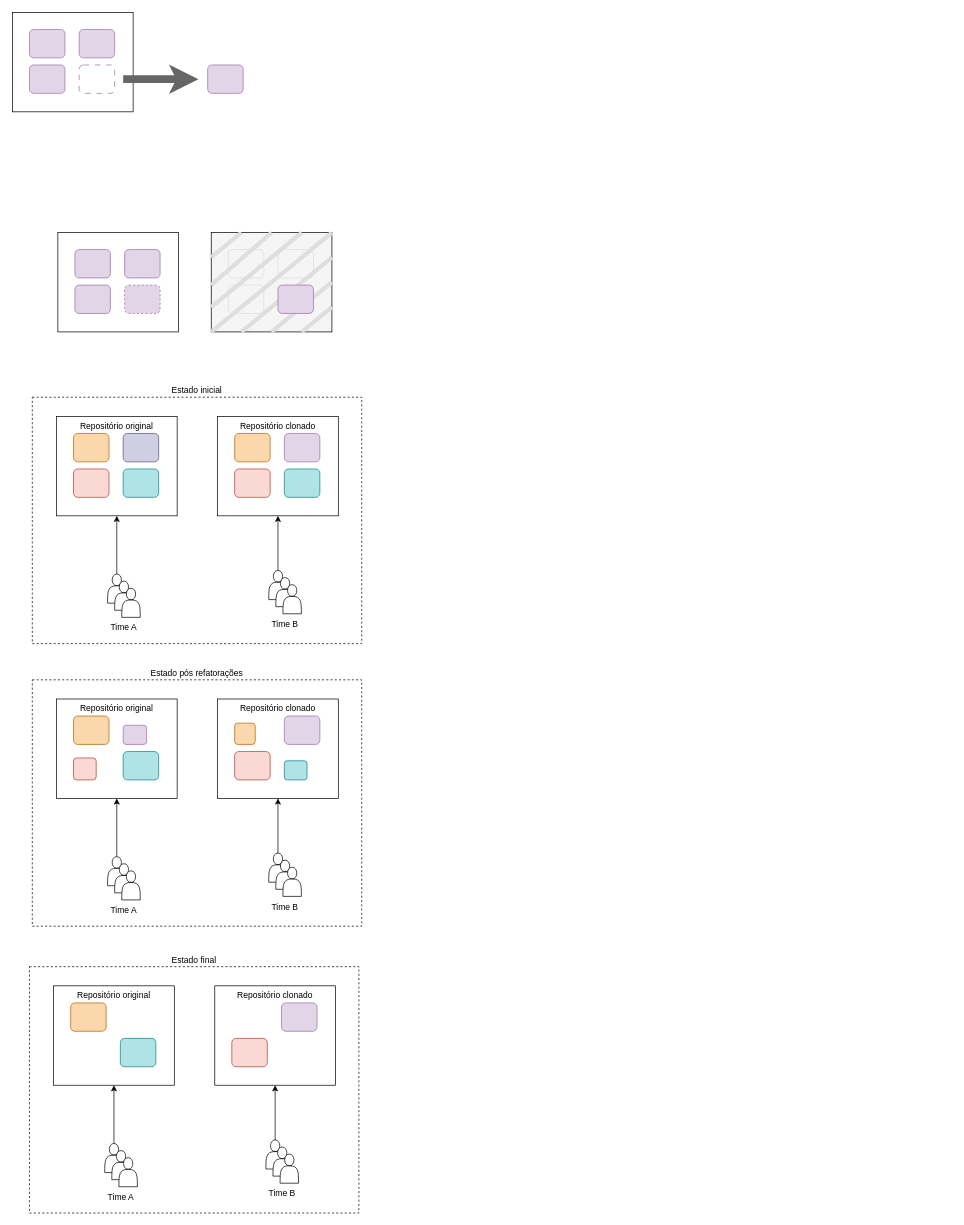
PauloLoboNeto/draws keeps this draw.io diagram as page "arquitetura" (3 of 4) of estudos-geral.drawio. Above is the earlier version. Source tidied: cells renumbered, new cells numbered last; positions are measured from the earlier drawing's top-left corner, leaving out a move shared by most shapes. Both pictures are drawn from the tidied source at 71%, with x=0, y=0 at pixel (12, 12).
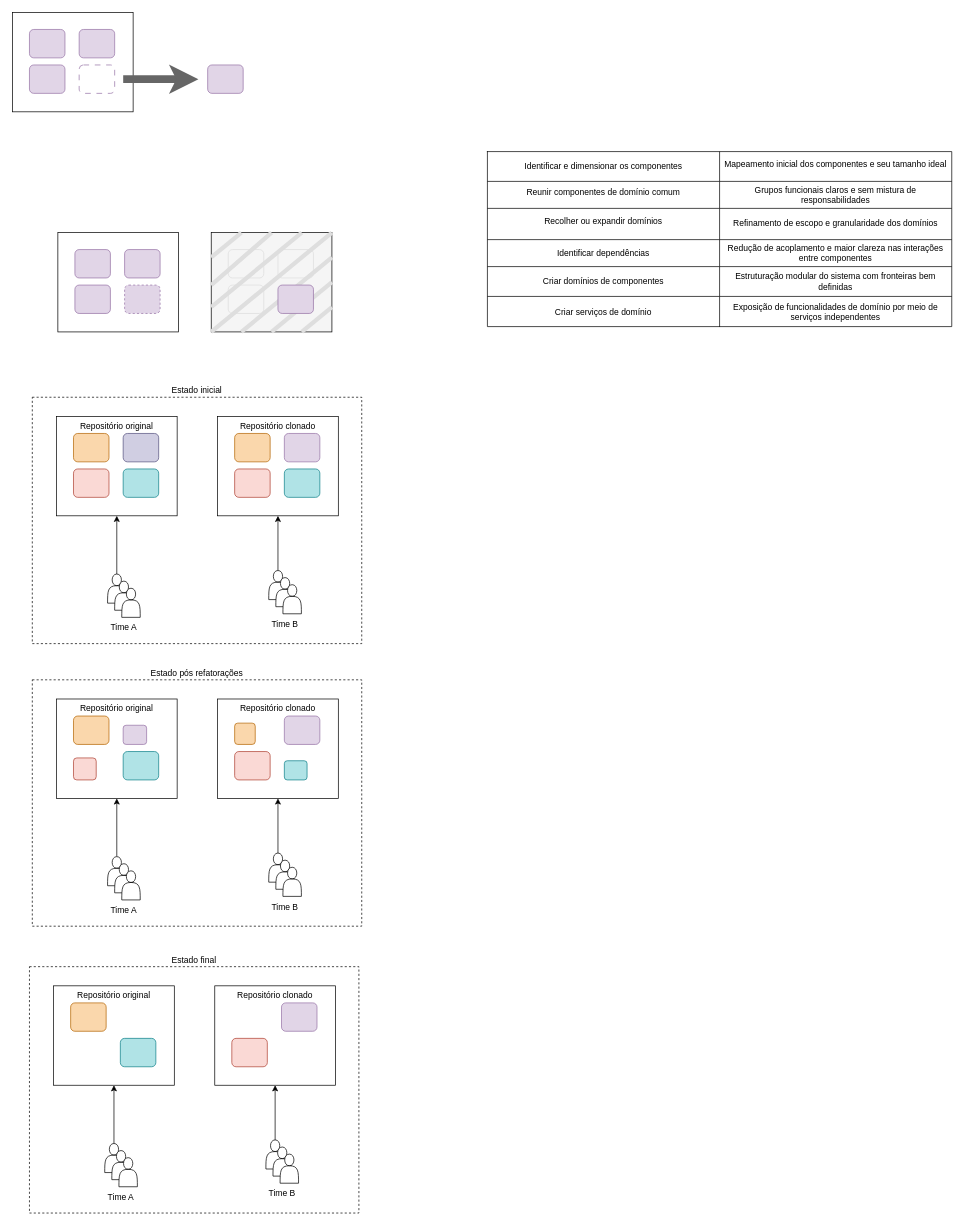
The same diagram, later.

What changed in the source:
```diff
@@
+    <mxCell id="85" style="shape=table;startSize=0;childLayout=tableLayout;" parent="1" vertex="1">
+      <mxGeometry x="669" y="196" width="654" height="246.5" as="geometry" />
+    </mxCell>
+    <mxCell id="86" style="shape=tableRow;horizontal=0;startSize=0;swimlaneHead=0;swimlaneBody=0;strokeColor=inherit;top=0;left=0;bottom=0;right=0;fillColor=none;" parent="85" vertex="1">
+      <mxGeometry width="654" height="42" as="geometry" />
+    </mxCell>
+    <mxCell id="87" value="Identificar e dimensionar os componentes" style="shape=partialRectangle;html=1;whiteSpace=wrap;strokeColor=inherit;overflow=hidden;fillColor=none;top=0;left=0;bottom=0;right=0;" parent="86" vertex="1">
+      <mxGeometry width="327" height="42" as="geometry" />
+    </mxCell>
+    <mxCell id="88" value="&lt;table&gt;&lt;tbody&gt;&lt;tr&gt;&lt;td&gt;Mapeamento inicial dos componentes e seu tamanho ideal&lt;/td&gt;&lt;/tr&gt;&lt;/tbody&gt;&lt;/table&gt;&lt;table&gt;&lt;tbody&gt;&lt;tr&gt;&lt;td&gt;&lt;/td&gt;&lt;/tr&gt;&lt;/tbody&gt;&lt;/table&gt;" style="shape=partialRectangle;html=1;whiteSpace=wrap;strokeColor=inherit;overflow=hidden;fillColor=none;top=0;left=0;bottom=0;right=0;" parent="86" vertex="1">
+      <mxGeometry x="327" width="327" height="42" as="geometry" />
+    </mxCell>
+    <mxCell id="89" style="shape=tableRow;horizontal=0;startSize=0;swimlaneHead=0;swimlaneBody=0;strokeColor=inherit;top=0;left=0;bottom=0;right=0;fillColor=none;" parent="85" vertex="1">
+      <mxGeometry y="42" width="654" height="38" as="geometry" />
+    </mxCell>
+    <mxCell id="90" value="&lt;table&gt;&lt;tbody&gt;&lt;tr&gt;&lt;td&gt;Reunir componentes de domínio comum&lt;/td&gt;&lt;/tr&gt;&lt;/tbody&gt;&lt;/table&gt;&lt;table&gt;&lt;tbody&gt;&lt;tr&gt;&lt;td&gt;&lt;/td&gt;&lt;/tr&gt;&lt;/tbody&gt;&lt;/table&gt;" style="shape=partialRectangle;html=1;whiteSpace=wrap;strokeColor=inherit;overflow=hidden;fillColor=none;top=0;left=0;bottom=0;right=0;" parent="89" vertex="1">
+      <mxGeometry width="327" height="38" as="geometry" />
+    </mxCell>
+    <mxCell id="91" value="&lt;table&gt;&lt;tbody&gt;&lt;tr&gt;&lt;td&gt;Grupos funcionais claros e sem mistura de responsabilidades&lt;/td&gt;&lt;/tr&gt;&lt;/tbody&gt;&lt;/table&gt;" style="shape=partialRectangle;html=1;whiteSpace=wrap;strokeColor=inherit;overflow=hidden;fillColor=none;top=0;left=0;bottom=0;right=0;" parent="89" vertex="1">
+      <mxGeometry x="327" width="327" height="38" as="geometry" />
+    </mxCell>
+    <mxCell id="92" style="shape=tableRow;horizontal=0;startSize=0;swimlaneHead=0;swimlaneBody=0;strokeColor=inherit;top=0;left=0;bottom=0;right=0;fillColor=none;" parent="85" vertex="1">
+      <mxGeometry y="80" width="654" height="44" as="geometry" />
+    </mxCell>
+    <mxCell id="93" value="&lt;table&gt;&lt;tbody&gt;&lt;tr&gt;&lt;td&gt;Recolher ou expandir domínios&lt;/td&gt;&lt;/tr&gt;&lt;/tbody&gt;&lt;/table&gt;&lt;table&gt;&lt;tbody&gt;&lt;tr&gt;&lt;td&gt;&lt;/td&gt;&lt;/tr&gt;&lt;/tbody&gt;&lt;/table&gt;" style="shape=partialRectangle;html=1;whiteSpace=wrap;strokeColor=inherit;overflow=hidden;fillColor=none;top=0;left=0;bottom=0;right=0;" parent="92" vertex="1">
+      <mxGeometry width="327" height="44" as="geometry" />
+    </mxCell>
+    <mxCell id="94" value="Refinamento de escopo e granularidade dos domínios" style="shape=partialRectangle;html=1;whiteSpace=wrap;strokeColor=inherit;overflow=hidden;fillColor=none;top=0;left=0;bottom=0;right=0;" parent="92" vertex="1">
+      <mxGeometry x="327" width="327" height="44" as="geometry" />
+    </mxCell>
+    <mxCell id="95" style="shape=tableRow;horizontal=0;startSize=0;swimlaneHead=0;swimlaneBody=0;strokeColor=inherit;top=0;left=0;bottom=0;right=0;fillColor=none;" parent="85" vertex="1">
+      <mxGeometry y="124" width="654" height="38" as="geometry" />
+    </mxCell>
+    <mxCell id="96" value="&lt;table&gt;&lt;tbody&gt;&lt;tr&gt;&lt;td&gt;Identificar dependências&lt;/td&gt;&lt;/tr&gt;&lt;/tbody&gt;&lt;/table&gt;" style="shape=partialRectangle;html=1;whiteSpace=wrap;strokeColor=inherit;overflow=hidden;fillColor=none;top=0;left=0;bottom=0;right=0;" parent="95" vertex="1">
+      <mxGeometry width="327" height="38" as="geometry" />
+    </mxCell>
+    <mxCell id="97" value="Redução de acoplamento e maior clareza nas interações entre componentes" style="shape=partialRectangle;html=1;whiteSpace=wrap;strokeColor=inherit;overflow=hidden;fillColor=none;top=0;left=0;bottom=0;right=0;" parent="95" vertex="1">
+      <mxGeometry x="327" width="327" height="38" as="geometry" />
+    </mxCell>
+    <mxCell id="98" style="shape=tableRow;horizontal=0;startSize=0;swimlaneHead=0;swimlaneBody=0;strokeColor=inherit;top=0;left=0;bottom=0;right=0;fillColor=none;" parent="85" vertex="1">
+      <mxGeometry y="162" width="654" height="42" as="geometry" />
+    </mxCell>
+    <mxCell id="99" value="&lt;table&gt;&lt;tbody&gt;&lt;tr&gt;&lt;td&gt;Criar domínios de componentes&lt;/td&gt;&lt;/tr&gt;&lt;/tbody&gt;&lt;/table&gt;" style="shape=partialRectangle;html=1;whiteSpace=wrap;strokeColor=inherit;overflow=hidden;fillColor=none;top=0;left=0;bottom=0;right=0;" parent="98" vertex="1">
+      <mxGeometry width="327" height="42" as="geometry" />
+    </mxCell>
+    <mxCell id="100" value="Estruturação modular do sistema com fronteiras bem definidas" style="shape=partialRectangle;html=1;whiteSpace=wrap;strokeColor=inherit;overflow=hidden;fillColor=none;top=0;left=0;bottom=0;right=0;" parent="98" vertex="1">
+      <mxGeometry x="327" width="327" height="42" as="geometry" />
+    </mxCell>
+    <mxCell id="101" style="shape=tableRow;horizontal=0;startSize=0;swimlaneHead=0;swimlaneBody=0;strokeColor=inherit;top=0;left=0;bottom=0;right=0;fillColor=none;" parent="85" vertex="1">
+      <mxGeometry y="204" width="654" height="43" as="geometry" />
+    </mxCell>
+    <mxCell id="102" value="Criar serviços de domínio" style="shape=partialRectangle;html=1;whiteSpace=wrap;strokeColor=inherit;overflow=hidden;fillColor=none;top=0;left=0;bottom=0;right=0;" parent="101" vertex="1">
+      <mxGeometry width="327" height="43" as="geometry" />
+    </mxCell>
+    <mxCell id="103" value="Exposição de funcionalidades de domínio por meio de serviços independentes" style="shape=partialRectangle;html=1;whiteSpace=wrap;strokeColor=inherit;overflow=hidden;fillColor=none;top=0;left=0;bottom=0;right=0;" parent="101" vertex="1">
+      <mxGeometry x="327" width="327" height="43" as="geometry" />
+    </mxCell>
```
